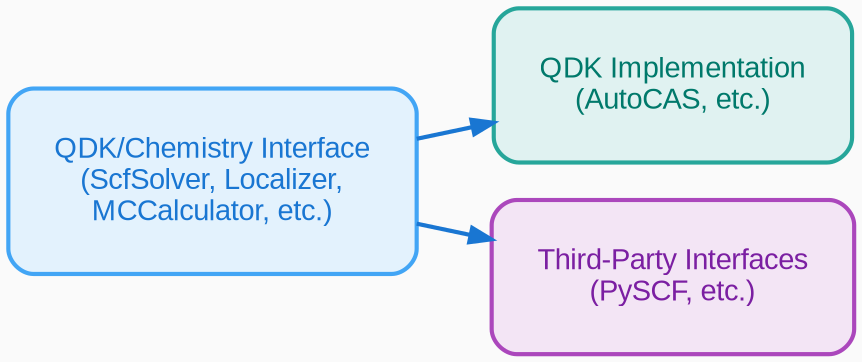
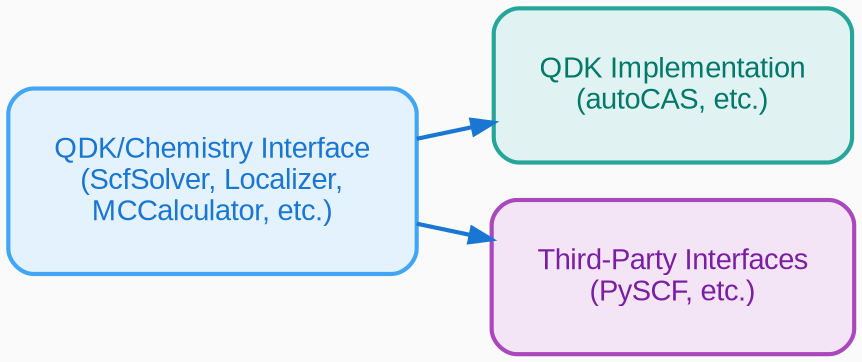
digraph PluginArchitecture {
    rankdir=LR;
    bgcolor="#FAFAFA";
    node [shape=box, style="rounded,filled", fontname="Arial", margin=0.3];
    edge [color="#1976D2", penwidth=2];

    Interface [label="QDK/Chemistry Interface\n(ScfSolver, Localizer,\nMCCalculator, etc.)", fillcolor="#E3F2FD", color="#42A5F5", penwidth=2, fontcolor="#1976D2"];
-     QDK [label="QDK Implementation\n(AutoCAS, etc.)", fillcolor="#E0F2F1", color="#26A69A", penwidth=2, fontcolor="#00796B"];
+     QDK [label="QDK Implementation\n(autoCAS, etc.)", fillcolor="#E0F2F1", color="#26A69A", penwidth=2, fontcolor="#00796B"];
    ThirdParty [label="Third-Party Interfaces\n(PySCF, etc.)", fillcolor="#F3E5F5", color="#AB47BC", penwidth=2, fontcolor="#7B1FA2"];

    Interface -> QDK;
    Interface -> ThirdParty;
}
